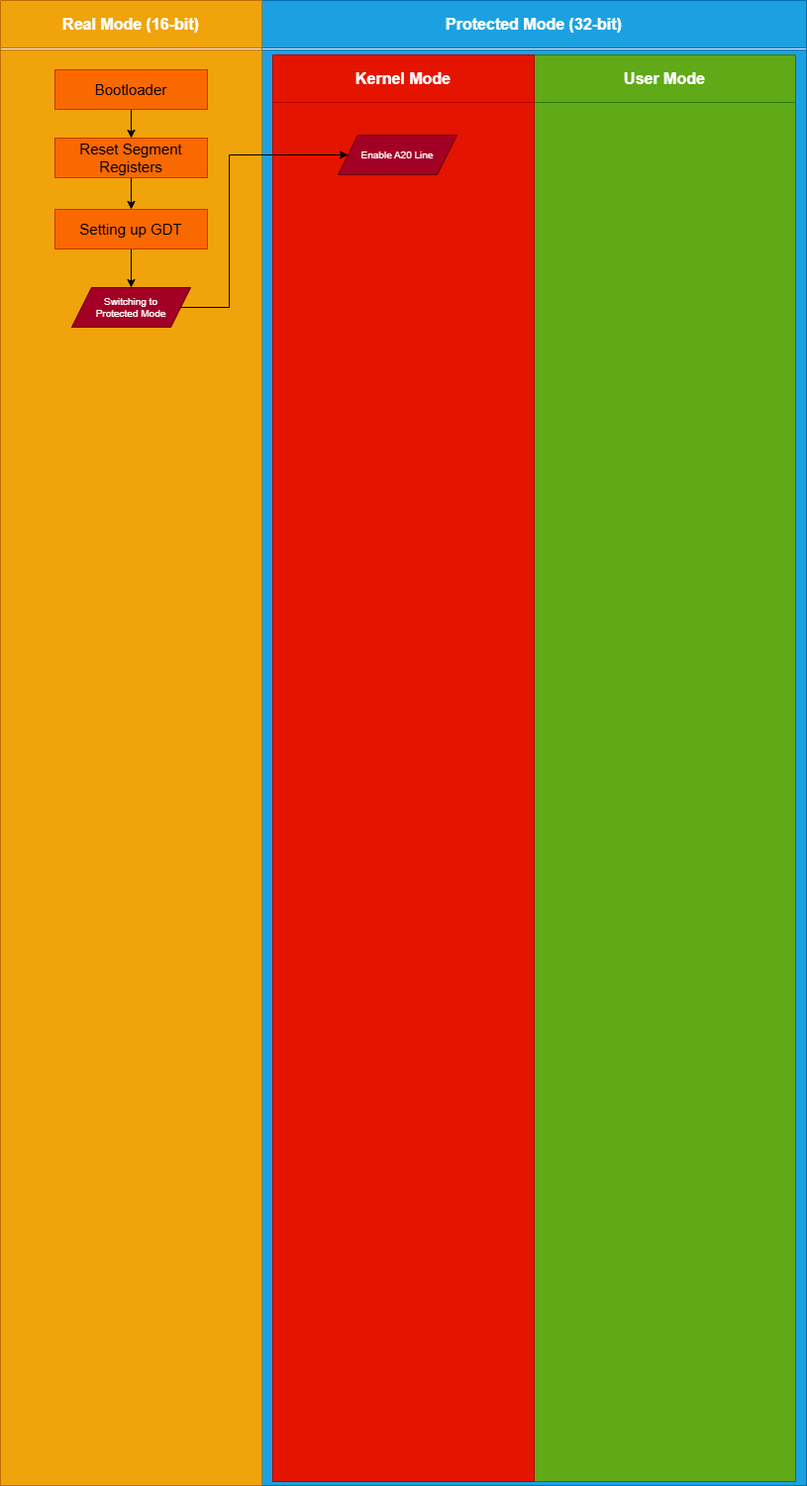
Before: PeachOS/docs/progress.png, a diagram exported from draw.io (ttran-tech/os-study). Source tidied: cells renumbered, new cells last; positions are measured from the earlier drawing's top-left corner, leaving out a move shared by most shapes.
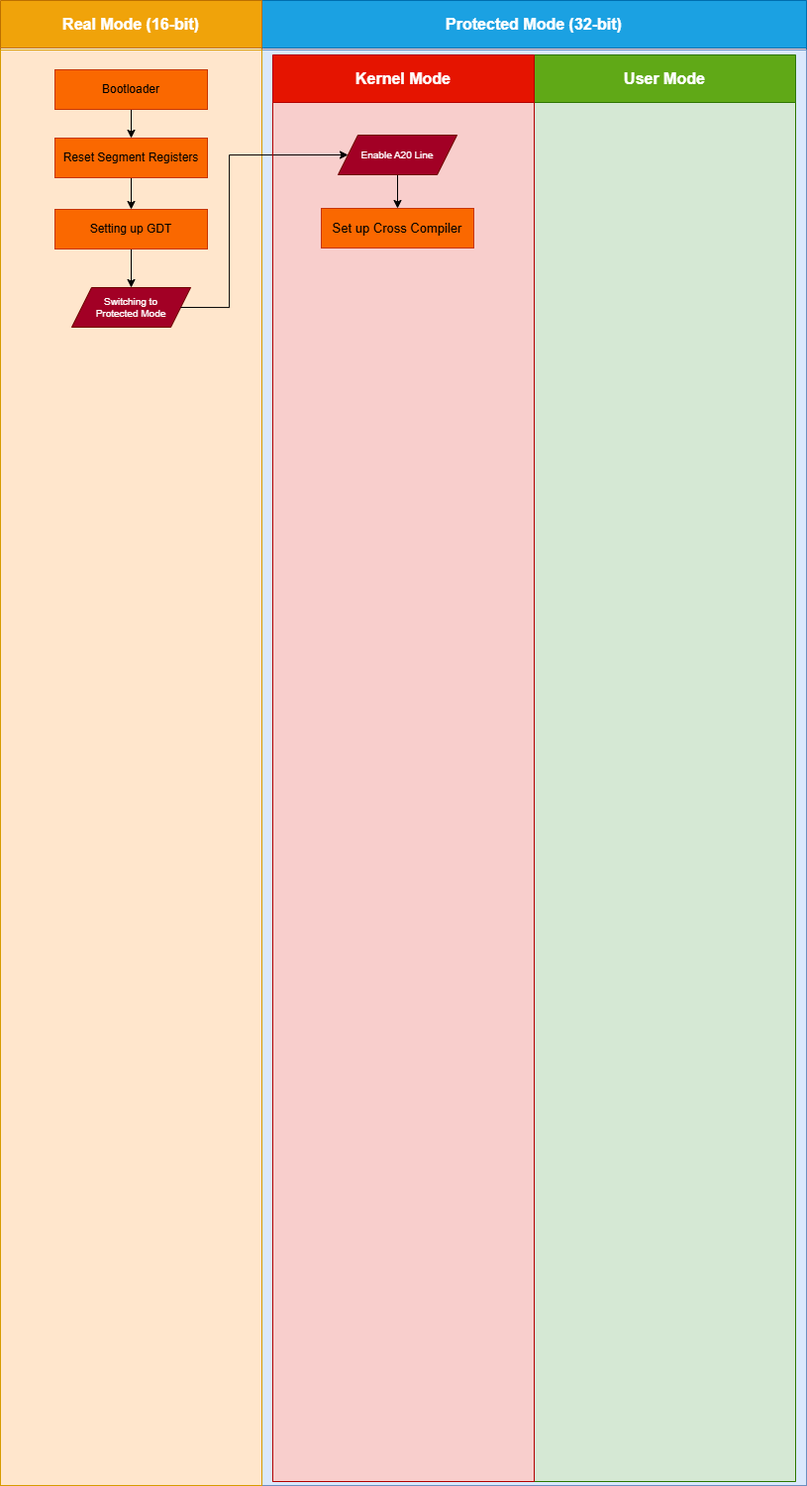
After the change.

Commit message:
Docs: change background color

The edit, as a diff of the source:
```diff
@@ -2,43 +2,46 @@
   <root>
     <mxCell id="0" />
     <mxCell id="1" parent="0" />
-    <mxCell id="2" style="group;" parent="1" vertex="1">
+    <mxCell id="2" style="group;fillColor=#f8cecc;strokeColor=#b85450;" parent="1" vertex="1">
       <mxGeometry x="264" width="550" height="1500" as="geometry" />
     </mxCell>
     <mxCell id="3" value="Protected Mode (32-bit)" style="swimlane;whiteSpace=wrap;html=1;fillColor=#1ba1e2;strokeColor=#006EAF;fontSize=16;startSize=48;fontColor=#ffffff;" parent="2" vertex="1">
       <mxGeometry width="550" height="1500" as="geometry" />
     </mxCell>
-    <mxCell id="4" style="rounded=0;whiteSpace=wrap;html=1;fillColor=#1ba1e2;fontColor=#ffffff;strokeColor=#006EAF;" parent="2" vertex="1">
+    <mxCell id="4" style="rounded=0;whiteSpace=wrap;html=1;fillColor=#dae8fc;strokeColor=#6c8ebf;" parent="2" vertex="1">
       <mxGeometry y="50" width="550" height="1450" as="geometry" />
     </mxCell>
-    <mxCell id="5" style="rounded=0;whiteSpace=wrap;html=1;fillColor=#e51400;fontColor=#ffffff;strokeColor=#B20000;" parent="2" vertex="1">
+    <mxCell id="5" style="rounded=0;whiteSpace=wrap;html=1;fillColor=#f8cecc;strokeColor=#b85450;" parent="2" vertex="1">
       <mxGeometry x="11" y="103" width="264" height="1393" as="geometry" />
     </mxCell>
-    <mxCell id="6" style="rounded=0;whiteSpace=wrap;html=1;fillColor=#60a917;fontColor=#ffffff;strokeColor=#2D7600;" parent="2" vertex="1">
+    <mxCell id="6" style="rounded=0;whiteSpace=wrap;html=1;fillColor=#d5e8d4;strokeColor=#82b366;" parent="2" vertex="1">
       <mxGeometry x="275" y="103" width="264" height="1393" as="geometry" />
     </mxCell>
+    <mxCell id="20" value="Set up Cross Compiler" style="rounded=0;whiteSpace=wrap;html=1;fillColor=#fa6800;fontColor=#000000;strokeColor=#C73500;fontSize=13;" parent="2" vertex="1">
+      <mxGeometry x="60" y="210" width="154" height="40" as="geometry" />
+    </mxCell>
     <mxCell id="7" value="Real Mode (16-bit)" style="swimlane;whiteSpace=wrap;html=1;fillColor=#f0a30a;strokeColor=#BD7000;fontSize=16;startSize=48;fontColor=#FFFFFF;" parent="1" vertex="1">
       <mxGeometry width="264" height="1500" as="geometry" />
     </mxCell>
-    <mxCell id="8" style="rounded=0;whiteSpace=wrap;html=1;fillColor=#f0a30a;fontColor=#000000;strokeColor=#BD7000;" parent="7" vertex="1">
+    <mxCell id="8" style="rounded=0;whiteSpace=wrap;html=1;fillColor=#ffe6cc;strokeColor=#d79b00;" parent="7" vertex="1">
       <mxGeometry y="50" width="264" height="1450" as="geometry" />
     </mxCell>
     <mxCell id="9" style="edgeStyle=orthogonalEdgeStyle;rounded=0;jettySize=auto;html=1;exitX=0.5;exitY=1;exitDx=0;exitDy=0;entryX=0.5;entryY=0;entryDx=0;entryDy=0;" parent="7" edge="1" source="10" target="12">
       <mxGeometry relative="1" as="geometry" />
     </mxCell>
-    <mxCell id="10" value="Bootloader" style="rounded=0;whiteSpace=wrap;html=1;fillColor=#fa6800;fontColor=#000000;strokeColor=#C73500;fontSize=15;" parent="7" vertex="1">
+    <mxCell id="10" value="Bootloader" style="rounded=0;whiteSpace=wrap;html=1;fillColor=#fa6800;fontColor=#000000;strokeColor=#C73500;fontSize=12;" parent="7" vertex="1">
       <mxGeometry x="55" y="70" width="154" height="40" as="geometry" />
     </mxCell>
     <mxCell id="11" style="edgeStyle=orthogonalEdgeStyle;rounded=0;jettySize=auto;html=1;exitX=0.5;exitY=1;exitDx=0;exitDy=0;" parent="7" edge="1" source="12" target="14">
       <mxGeometry relative="1" as="geometry" />
     </mxCell>
-    <mxCell id="12" value="Reset Segment Registers" style="rounded=0;whiteSpace=wrap;html=1;fillColor=#fa6800;fontColor=#000000;strokeColor=#C73500;fontSize=15;" parent="7" vertex="1">
+    <mxCell id="12" value="Reset Segment Registers" style="rounded=0;whiteSpace=wrap;html=1;fillColor=#fa6800;fontColor=#000000;strokeColor=#C73500;fontSize=12;" parent="7" vertex="1">
       <mxGeometry x="55" y="139" width="154" height="40" as="geometry" />
     </mxCell>
     <mxCell id="13" style="edgeStyle=orthogonalEdgeStyle;rounded=0;jettySize=auto;html=1;exitX=0.5;exitY=1;exitDx=0;exitDy=0;entryX=0.5;entryY=0;entryDx=0;entryDy=0;" parent="7" edge="1" source="14" target="15">
       <mxGeometry relative="1" as="geometry" />
     </mxCell>
-    <mxCell id="14" value="Setting up GDT" style="rounded=0;whiteSpace=wrap;html=1;fillColor=#fa6800;fontColor=#000000;strokeColor=#C73500;fontSize=15;" parent="7" vertex="1">
+    <mxCell id="14" value="Setting up GDT" style="rounded=0;whiteSpace=wrap;html=1;fillColor=#fa6800;fontColor=#000000;strokeColor=#C73500;fontSize=12;" parent="7" vertex="1">
       <mxGeometry x="55" y="211" width="154" height="40" as="geometry" />
     </mxCell>
     <mxCell id="15" value="Switching to&lt;div&gt;Protected Mode&lt;/div&gt;" style="shape=parallelogram;perimeter=parallelogramPerimeter;whiteSpace=wrap;html=1;fixedSize=1;fontSize=10;fillColor=#a20025;strokeColor=#6F0000;fontColor=#ffffff;" parent="7" vertex="1">
@@ -58,6 +61,9 @@
     <mxCell id="18" value="Kernel Mode" style="swimlane;whiteSpace=wrap;html=1;fillColor=#e51400;strokeColor=#B20000;fontColor=#ffffff;fontSize=16;startSize=48;" parent="1" vertex="1">
       <mxGeometry x="275" y="55" width="264" height="1441" as="geometry" />
     </mxCell>
+    <mxCell id="21" style="edgeStyle=orthogonalEdgeStyle;rounded=0;jettySize=auto;html=1;exitX=0.5;exitY=1;exitDx=0;exitDy=0;entryX=0.5;entryY=0;entryDx=0;entryDy=0;" parent="1" edge="1" source="19" target="20">
+      <mxGeometry relative="1" as="geometry" />
+    </mxCell>
     <mxCell id="19" value="Enable A20 Line" style="shape=parallelogram;perimeter=parallelogramPerimeter;whiteSpace=wrap;html=1;fixedSize=1;fontSize=10;fillColor=#a20025;strokeColor=#6F0000;fontColor=#ffffff;" parent="1" vertex="1">
       <mxGeometry x="341" y="136" width="120" height="40" as="geometry" />
     </mxCell>
```
